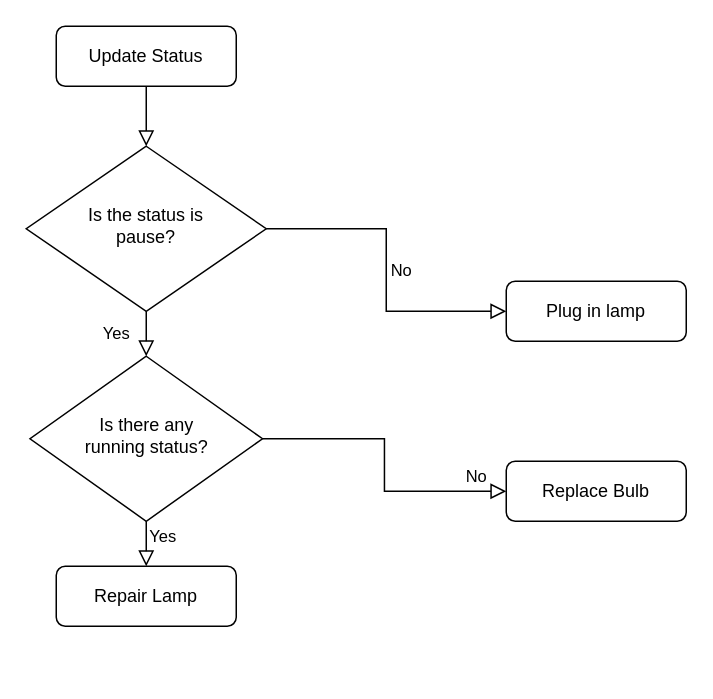
IIGOKUII/Pinaka keeps this draw.io diagram as Untitled Diagram.drawio. Above is the earlier version. Source tidied: cells renumbered, new cells numbered last; positions are measured from the earlier drawing's top-left corner, leaving out a move shared by most shapes. Both pictures are drawn from the tidied source at 150%, with x=0, y=0 at pixel (26, 26).
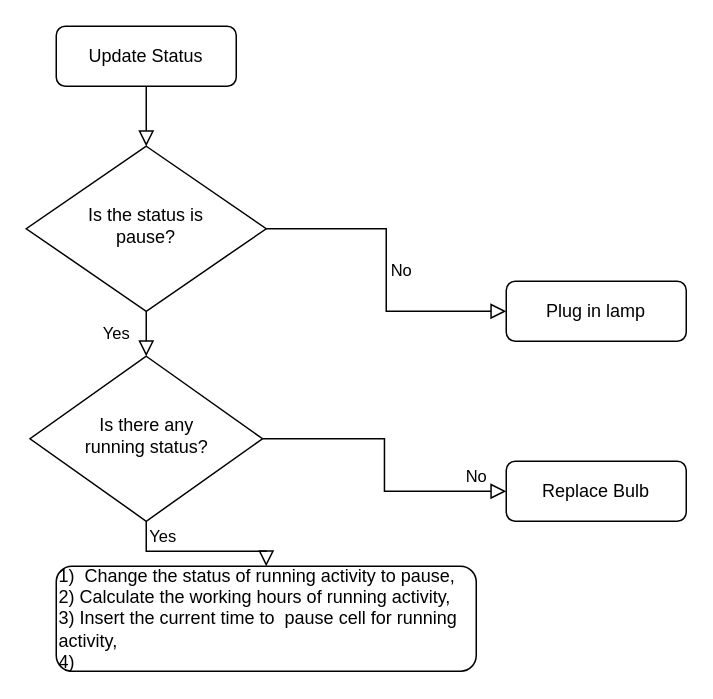
Above is the later version.

The edit, as a diff of the source:
```diff
@@
 <mxGraphModel>
   <root>
     <mxCell id="0" />
     <mxCell id="1" parent="0" />
     <mxCell id="2" style="rounded=0;html=1;jettySize=auto;fontSize=11;endArrow=block;endFill=0;endSize=8;strokeWidth=1;shadow=0;labelBackgroundColor=none;edgeStyle=orthogonalEdgeStyle;" parent="1" edge="1" source="3" target="6">
       <mxGeometry relative="1" as="geometry" />
     </mxCell>
     <mxCell id="3" value="Update Status" style="rounded=1;whiteSpace=wrap;html=1;fontSize=12;glass=0;strokeWidth=1;shadow=0;" parent="1" vertex="1">
       <mxGeometry x="20" width="120" height="40" as="geometry" />
     </mxCell>
     <mxCell id="4" value="Yes" style="rounded=0;html=1;jettySize=auto;fontSize=11;endArrow=block;endFill=0;endSize=8;strokeWidth=1;shadow=0;labelBackgroundColor=none;edgeStyle=orthogonalEdgeStyle;" parent="1" edge="1" source="6" target="10">
       <mxGeometry y="20" relative="1" as="geometry" />
     </mxCell>
     <mxCell id="5" value="No" style="edgeStyle=orthogonalEdgeStyle;rounded=0;html=1;jettySize=auto;fontSize=11;endArrow=block;endFill=0;endSize=8;strokeWidth=1;shadow=0;labelBackgroundColor=none;" parent="1" edge="1" source="6" target="7">
       <mxGeometry y="10" relative="1" as="geometry" />
     </mxCell>
     <mxCell id="6" value="Is the status is &lt;br&gt;pause?" style="rhombus;whiteSpace=wrap;html=1;shadow=0;fontFamily=Helvetica;fontSize=12;align=center;strokeWidth=1;spacing=6;spacingTop=-4;" parent="1" vertex="1">
       <mxGeometry y="80" width="160" height="110" as="geometry" />
     </mxCell>
     <mxCell id="7" value="Plug in lamp" style="rounded=1;whiteSpace=wrap;html=1;fontSize=12;glass=0;strokeWidth=1;shadow=0;" parent="1" vertex="1">
       <mxGeometry x="320" y="170" width="120" height="40" as="geometry" />
     </mxCell>
     <mxCell id="8" value="No" style="rounded=0;html=1;jettySize=auto;fontSize=11;endArrow=block;endFill=0;endSize=8;strokeWidth=1;shadow=0;labelBackgroundColor=none;edgeStyle=orthogonalEdgeStyle;" parent="1" edge="1" source="10" target="11">
       <mxGeometry x="-1" y="222" relative="1" as="geometry">
         <mxPoint x="-2" y="-30" as="offset" />
       </mxGeometry>
     </mxCell>
     <mxCell id="9" value="Yes" style="edgeStyle=orthogonalEdgeStyle;rounded=0;html=1;jettySize=auto;fontSize=11;endArrow=block;endFill=0;endSize=8;strokeWidth=1;shadow=0;labelBackgroundColor=none;" parent="1" edge="1" source="10" target="12">
       <mxGeometry x="-1" y="-94" relative="1" as="geometry">
         <mxPoint x="-67" y="-29" as="offset" />
       </mxGeometry>
     </mxCell>
     <mxCell id="10" value="Is there any&lt;br&gt;running status?" style="rhombus;whiteSpace=wrap;html=1;shadow=0;fontFamily=Helvetica;fontSize=12;align=center;strokeWidth=1;spacing=6;spacingTop=-4;" parent="1" vertex="1">
       <mxGeometry x="2.5" y="220" width="155" height="110" as="geometry" />
     </mxCell>
-    <mxCell id="11" value="Repair Lamp" style="rounded=1;whiteSpace=wrap;html=1;fontSize=12;glass=0;strokeWidth=1;shadow=0;" parent="1" vertex="1">
-      <mxGeometry x="20" y="360" width="120" height="40" as="geometry" />
+    <mxCell id="11" value="1)&amp;nbsp; Change the status of running activity to pause,&lt;br&gt;2) Calculate the working hours of running activity,&lt;br&gt;3) Insert the current time to&amp;nbsp; pause cell for running activity,&lt;br&gt;4)&amp;nbsp;" style="rounded=1;whiteSpace=wrap;html=1;fontSize=12;glass=0;strokeWidth=1;shadow=0;align=left;" parent="1" vertex="1">
+      <mxGeometry x="20" y="360" width="280" height="70" as="geometry" />
     </mxCell>
     <mxCell id="12" value="Replace Bulb" style="rounded=1;whiteSpace=wrap;html=1;fontSize=12;glass=0;strokeWidth=1;shadow=0;" parent="1" vertex="1">
       <mxGeometry x="320" y="290" width="120" height="40" as="geometry" />
     </mxCell>
   </root>
 </mxGraphModel>
```
